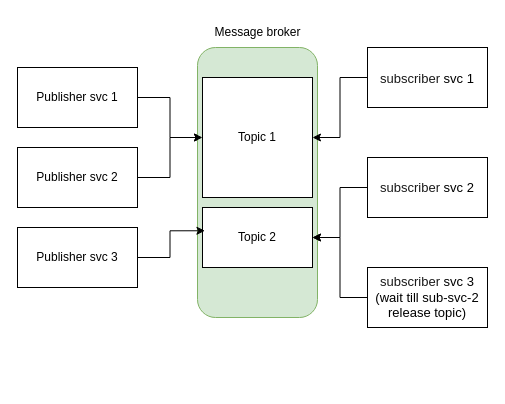
This is pub-sub.drawio from siddheshJungade/api.goconsistent.tech, a draw.io file, before an edit. Source tidied: cells renumbered, new cells numbered last; positions are measured from the earlier drawing's top-left corner, leaving out a move shared by most shapes. Both pictures are drawn from the tidied source at 100%, with x=0, y=0 at pixel (17, 17).
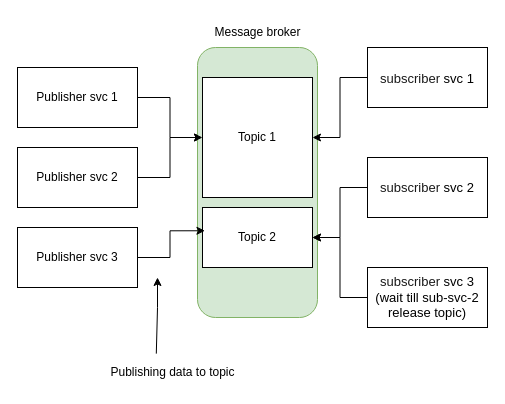
After the change.

What changed in the source:
```diff
@@
+    <mxCell id="18" value="Publishing data to topic" style="text;html=1;align=center;verticalAlign=middle;points=[];strokeColor=none;fillColor=none;" parent="1" vertex="1">
+      <mxGeometry x="80" y="340" width="150" height="30" as="geometry" />
+    </mxCell>
+    <mxCell id="19" style="endArrow=classic;html=1;rounded=0;exitX=0.392;exitY=-0.129;exitDx=0;exitDy=0;exitPerimeter=0;" parent="1" edge="1" source="18">
+      <mxGeometry relative="1" as="geometry">
+        <mxPoint x="140" y="260" as="targetPoint" />
+        <Array as="points">
+          <mxPoint x="140" y="290" />
+        </Array>
+      </mxGeometry>
+    </mxCell>
```
